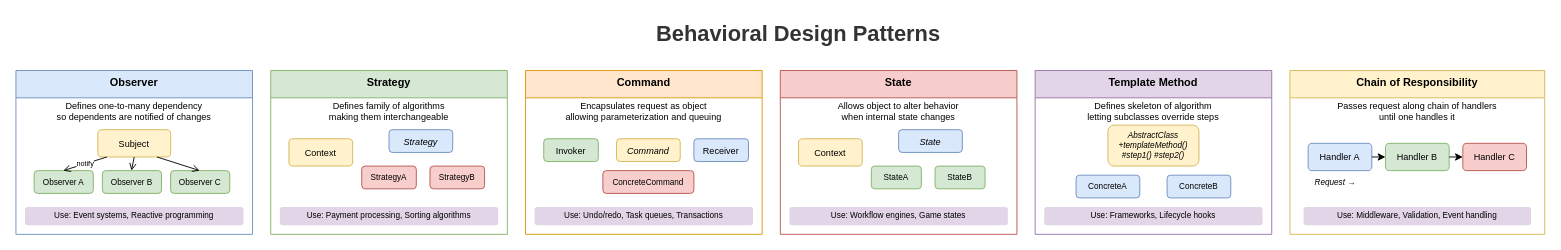
MrParkerZ7/document-lesson-software-architect-x-claude keeps this draw.io diagram as lesson-01-software-design-architecture/diagrams/1.3-behavioral-patterns-overview.drawio. Above is the earlier version. Source tidied: cells renumbered, new cells numbered last; positions are measured from the earlier drawing's top-left corner, leaving out a move shared by most shapes. Both pictures are drawn from the tidied source at 91%, with x=0, y=0 at pixel (15, 15).
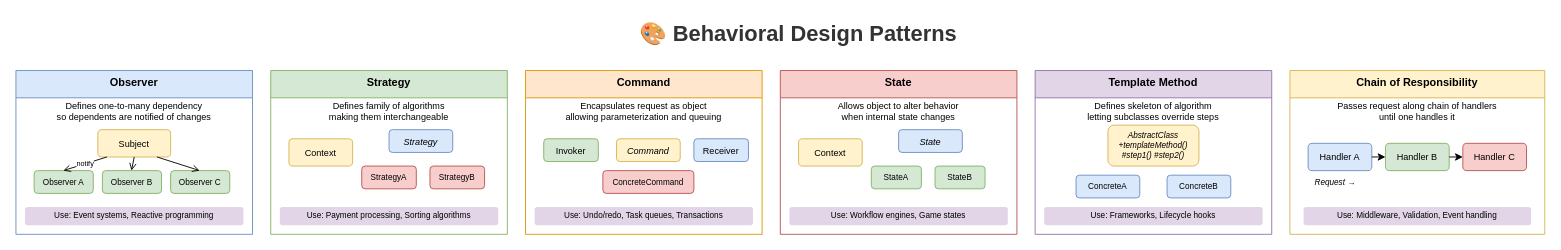
After the change.

The edit, as a diff of the source:
```diff
@@
-    <mxCell id="2" value="Behavioral Design Patterns" style="text;html=1;strokeColor=none;fillColor=none;align=center;verticalAlign=middle;whiteSpace=wrap;rounded=0;fontSize=24;fontStyle=1;fontColor=#333333;" parent="1" vertex="1">
+    <mxCell id="2" value="🎨 Behavioral Design Patterns" style="text;html=1;strokeColor=none;fillColor=none;align=center;verticalAlign=middle;whiteSpace=wrap;rounded=0;fontSize=24;fontStyle=1;fontColor=#333333;" parent="1" vertex="1">
       <mxGeometry x="610" width="500" height="40" as="geometry" />
     </mxCell>
```
